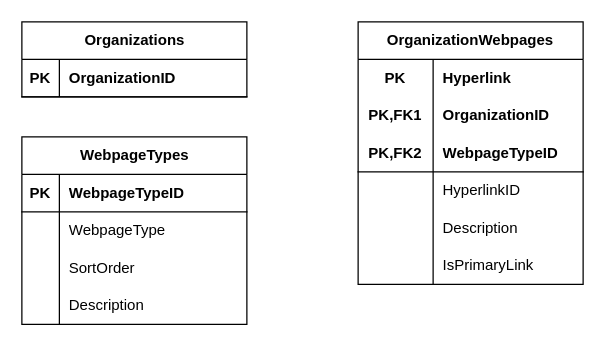
This is page "Weblinks" (3 of 4) of Manufacturer_Database.drawio from benstanfish/Diagrams, a draw.io file, before an edit. Source tidied: cells renumbered, new cells numbered last; positions are measured from the earlier drawing's top-left corner, leaving out a move shared by most shapes. Both pictures are drawn from the tidied source at 125%, with x=0, y=0 at pixel (21, 21).
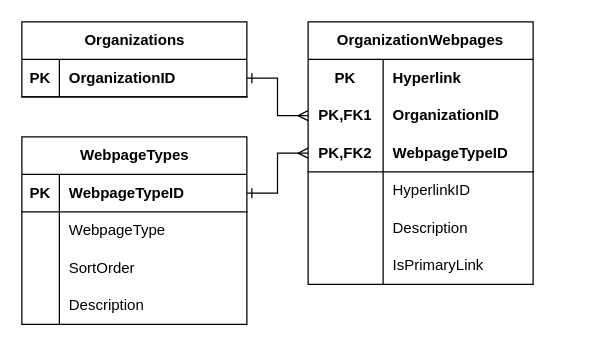
After the change.

The change refers to these unchanged cells:
```xml
<mxCell id="3" style="shape=tableRow;horizontal=0;startSize=0;swimlaneHead=0;swimlaneBody=0;fillColor=none;points=[[0,0.5],[1,0.5]];portConstraint=eastwest;top=0;left=0;right=0;bottom=1;fontStyle=0;" parent="2" vertex="1">
  <mxGeometry y="30" width="180" height="30" as="geometry" />
</mxCell>
<mxCell id="7" style="shape=tableRow;horizontal=0;startSize=0;swimlaneHead=0;swimlaneBody=0;fillColor=none;points=[[0,0.5],[1,0.5]];portConstraint=eastwest;top=0;left=0;right=0;bottom=1;strokeColor=default;align=center;verticalAlign=middle;fontFamily=Helvetica;fontSize=12;fontColor=default;fontStyle=1;" parent="6" vertex="1">
  <mxGeometry y="30" width="180" height="30" as="geometry" />
</mxCell>
<mxCell id="24" style="shape=tableRow;horizontal=0;startSize=0;swimlaneHead=0;swimlaneBody=0;fillColor=none;points=[[0,0.5],[1,0.5]];portConstraint=eastwest;top=0;left=0;right=0;bottom=0;html=1;strokeColor=default;align=center;verticalAlign=middle;fontFamily=Helvetica;fontSize=12;fontColor=default;fontStyle=1;" parent="20" vertex="1">
  <mxGeometry y="60" width="180" height="30" as="geometry" />
</mxCell>
<mxCell id="27" style="shape=tableRow;horizontal=0;startSize=0;swimlaneHead=0;swimlaneBody=0;fillColor=none;points=[[0,0.5],[1,0.5]];portConstraint=eastwest;top=0;left=0;right=0;bottom=1;html=1;strokeColor=default;align=center;verticalAlign=middle;fontFamily=Helvetica;fontSize=12;fontColor=default;fontStyle=1;" parent="20" vertex="1">
  <mxGeometry y="90" width="180" height="30" as="geometry" />
</mxCell>
```

What changed in the source:
```diff
@@
     <mxCell id="20" value="OrganizationWebpages" style="shape=table;startSize=30;childLayout=tableLayout;rowLines=0;fontStyle=1;align=center;html=1;whiteSpace=wrap;strokeColor=default;verticalAlign=middle;fontFamily=Helvetica;fontSize=12;fontColor=default;fillColor=default;" parent="1" vertex="1">
-      <mxGeometry x="269" width="180" height="210" as="geometry" />
+      <mxGeometry x="229" width="180" height="210" as="geometry" />
     </mxCell>
@@
+    <mxCell id="39" style="edgeStyle=orthogonalEdgeStyle;rounded=0;jettySize=auto;html=1;exitX=1;exitY=0.5;exitDx=0;exitDy=0;entryX=0;entryY=0.5;entryDx=0;entryDy=0;fontFamily=Helvetica;fontSize=12;fontColor=default;fontStyle=1;endArrow=ERmany;endFill=0;startArrow=ERone;startFill=0;" parent="1" edge="1" source="3" target="24">
+      <mxGeometry relative="1" as="geometry" />
+    </mxCell>
+    <mxCell id="40" style="edgeStyle=orthogonalEdgeStyle;rounded=0;jettySize=auto;html=1;exitX=1;exitY=0.5;exitDx=0;exitDy=0;fontFamily=Helvetica;fontSize=12;fontColor=default;fontStyle=1;endArrow=ERmany;endFill=0;startArrow=ERone;startFill=0;" parent="1" edge="1" source="7" target="27">
+      <mxGeometry relative="1" as="geometry" />
+    </mxCell>
```
